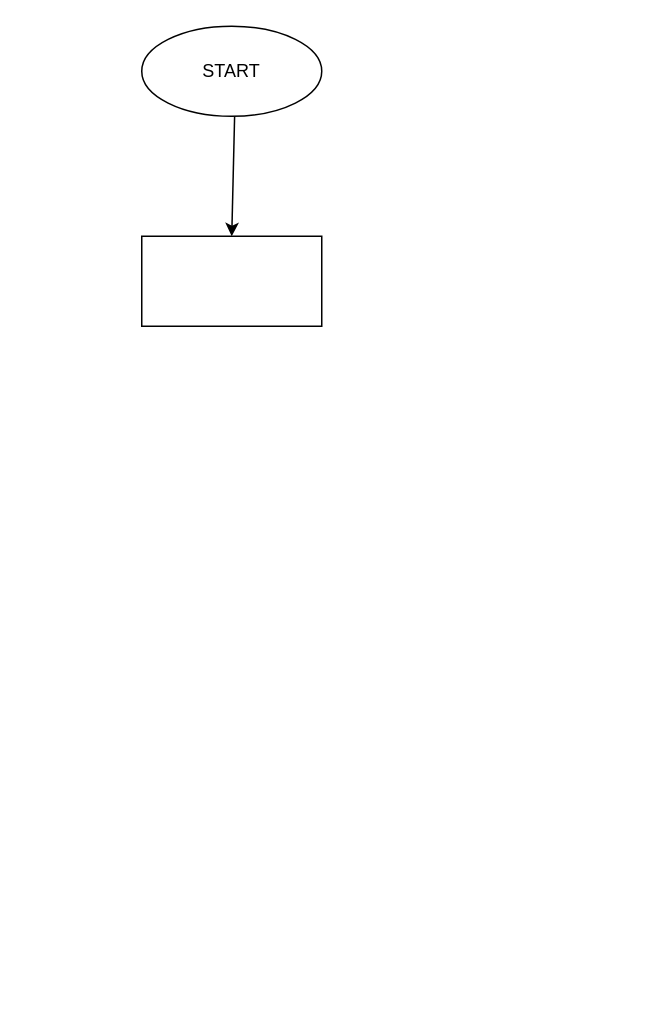
kkrimsss/ControlWork keeps this draw.io diagram as controlwork.drawio. Above is the earlier version. Source tidied: cells renumbered, new cells numbered last; positions are measured from the earlier drawing's top-left corner, leaving out a move shared by most shapes. Both pictures are drawn from the tidied source at 150%, with x=0, y=0 at pixel (141, 26).
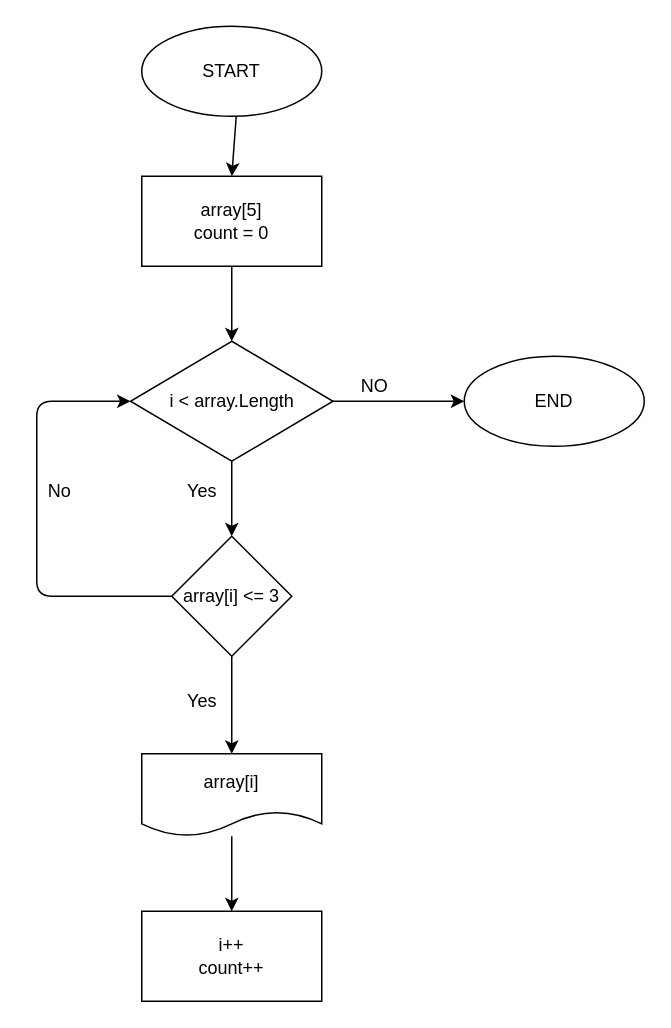
Above is the later version.

Commit message (it also covers changes not shown here):
Блок схема готова

The edit, as a diff of the source:
```diff
@@
+    <mxCell id="5" style="edgeStyle=none;html=1;" parent="1" edge="1" source="4" target="8">
+      <mxGeometry relative="1" as="geometry" />
+    </mxCell>
-    <mxCell id="4" style="whiteSpace=wrap;html=1;" parent="1" vertex="1">
-      <mxGeometry y="140" width="120" height="60" as="geometry" />
+    <mxCell id="4" value="array[5]&lt;br&gt;count = 0" style="whiteSpace=wrap;html=1;" parent="1" vertex="1">
+      <mxGeometry y="100" width="120" height="60" as="geometry" />
     </mxCell>
+    <mxCell id="6" style="edgeStyle=none;html=1;" parent="1" edge="1" source="8" target="11">
+      <mxGeometry relative="1" as="geometry" />
+    </mxCell>
+    <mxCell id="7" style="edgeStyle=none;html=1;" parent="1" edge="1" source="8" target="18">
+      <mxGeometry relative="1" as="geometry" />
+    </mxCell>
+    <mxCell id="8" value="i &amp;lt; array.Length" style="rhombus;whiteSpace=wrap;html=1;" parent="1" vertex="1">
+      <mxGeometry x="-7.5" y="210" width="135" height="80" as="geometry" />
+    </mxCell>
+    <mxCell id="9" style="edgeStyle=none;html=1;" parent="1" edge="1" source="11" target="13">
+      <mxGeometry relative="1" as="geometry" />
+    </mxCell>
+    <mxCell id="10" style="edgeStyle=none;html=1;entryX=0;entryY=0.5;entryDx=0;entryDy=0;" parent="1" edge="1" source="11" target="8">
+      <mxGeometry relative="1" as="geometry">
+        <Array as="points">
+          <mxPoint x="-70" y="380" />
+          <mxPoint x="-70" y="250" />
+        </Array>
+      </mxGeometry>
+    </mxCell>
+    <mxCell id="11" value="array[i] &amp;lt;= 3" style="rhombus;whiteSpace=wrap;html=1;" parent="1" vertex="1">
+      <mxGeometry x="20" y="340" width="80" height="80" as="geometry" />
+    </mxCell>
+    <mxCell id="12" style="edgeStyle=none;html=1;" parent="1" edge="1" source="13" target="15">
+      <mxGeometry relative="1" as="geometry" />
+    </mxCell>
+    <mxCell id="13" value="array[i]" style="shape=document;whiteSpace=wrap;html=1;boundedLbl=1;" parent="1" vertex="1">
+      <mxGeometry y="485" width="120" height="55" as="geometry" />
+    </mxCell>
+    <mxCell id="14" value="Yes" style="text;html=1;align=center;verticalAlign=middle;strokeColor=none;fillColor=none;" parent="1" vertex="1">
+      <mxGeometry x="20" y="440" width="40" height="20" as="geometry" />
+    </mxCell>
+    <mxCell id="15" value="i++&lt;br&gt;count++" style="whiteSpace=wrap;html=1;" parent="1" vertex="1">
+      <mxGeometry y="590" width="120" height="60" as="geometry" />
+    </mxCell>
+    <mxCell id="16" value="No" style="text;html=1;align=center;verticalAlign=middle;strokeColor=none;fillColor=none;" parent="1" vertex="1">
+      <mxGeometry x="-70" y="300" width="30" height="20" as="geometry" />
+    </mxCell>
+    <mxCell id="17" value="Yes" style="text;html=1;align=center;verticalAlign=middle;strokeColor=none;fillColor=none;" parent="1" vertex="1">
+      <mxGeometry x="20" y="300" width="40" height="20" as="geometry" />
+    </mxCell>
+    <mxCell id="18" value="END" style="ellipse;whiteSpace=wrap;html=1;" parent="1" vertex="1">
+      <mxGeometry x="215" y="220" width="120" height="60" as="geometry" />
+    </mxCell>
+    <mxCell id="19" value="NO" style="text;html=1;align=center;verticalAlign=middle;strokeColor=none;fillColor=none;" parent="1" vertex="1">
+      <mxGeometry x="140" y="230" width="30" height="20" as="geometry" />
+    </mxCell>
```
